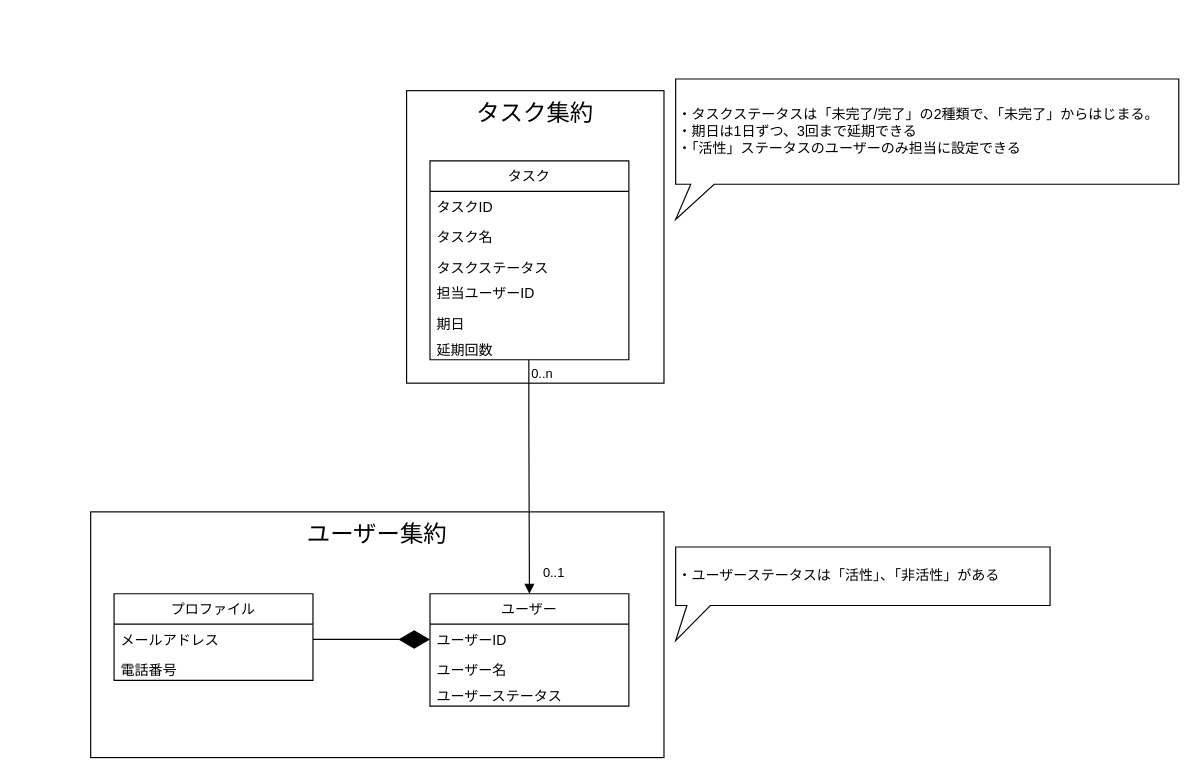
Kento75/laravel-ddd keeps this draw.io diagram as drawio/タスク_ドメインモデル.drawio. Above is the earlier version. Source tidied: cells renumbered, new cells numbered last; positions are measured from the earlier drawing's top-left corner, leaving out a move shared by most shapes. Both pictures are drawn from the tidied source at 117%, with x=0, y=0 at pixel (90, 78).
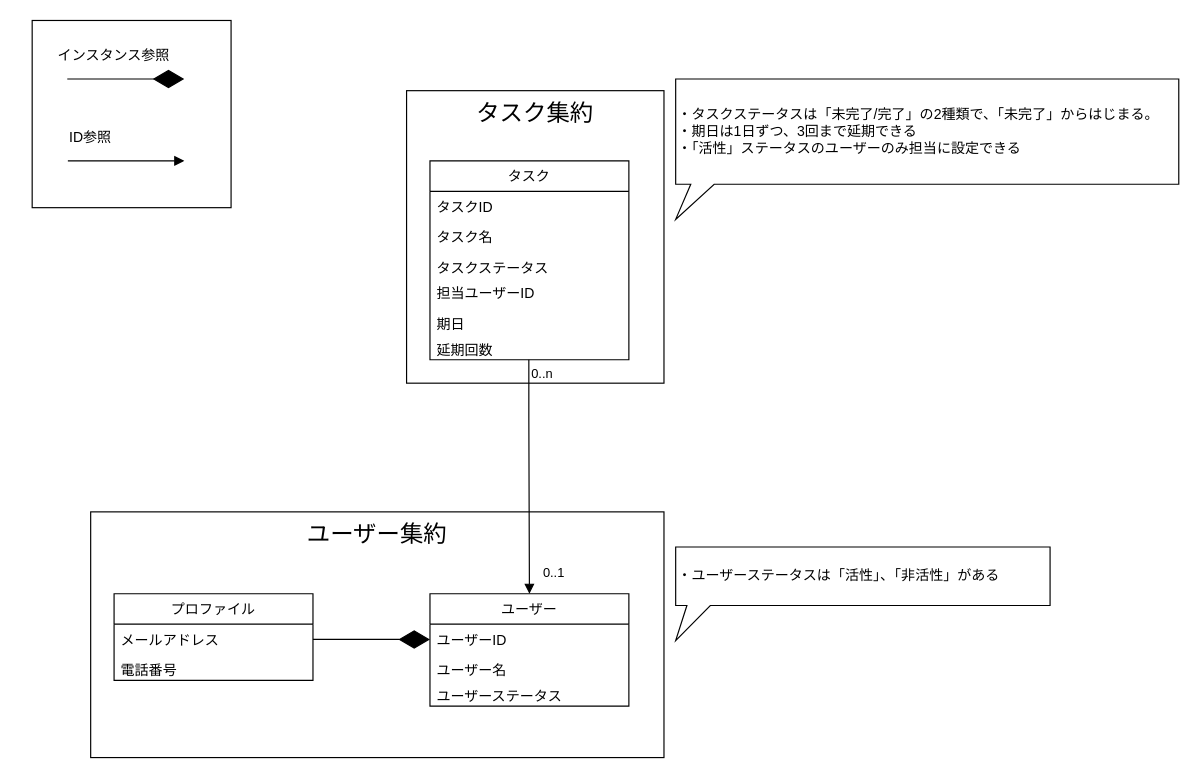
The same page after the edit.

Commit message (it also covers changes not shown here):
ユースケース図、ドメインモデル 説明を追加

Diff of the diagram source:
```diff
@@
+    <mxCell id="24" style="rounded=0;whiteSpace=wrap;html=1;" parent="1" vertex="1">
+      <mxGeometry x="-50" y="-50" width="170" height="160" as="geometry" />
+    </mxCell>
@@
+    <mxCell id="25" style="endArrow=diamondThin;endFill=1;endSize=24;html=1;exitX=1;exitY=0.5;exitDx=0;exitDy=0;entryX=0;entryY=0.5;entryDx=0;entryDy=0;" parent="1" edge="1">
+      <mxGeometry relative="1" as="geometry">
+        <mxPoint x="-20" as="sourcePoint" />
+        <mxPoint x="80" as="targetPoint" />
+      </mxGeometry>
+    </mxCell>
+    <mxCell id="26" value="インスタンス参照" style="text;html=1;strokeColor=none;fillColor=none;align=center;verticalAlign=middle;whiteSpace=wrap;rounded=0;" parent="1" vertex="1">
+      <mxGeometry x="-40" y="-30" width="120" height="20" as="geometry" />
+    </mxCell>
+    <mxCell id="27" value="ID参照" style="text;html=1;strokeColor=none;fillColor=none;align=center;verticalAlign=middle;whiteSpace=wrap;rounded=0;" parent="1" vertex="1">
+      <mxGeometry x="-60" y="40" width="120" height="20" as="geometry" />
+    </mxCell>
+    <mxCell id="28" style="endArrow=block;endFill=1;html=1;edgeStyle=orthogonalEdgeStyle;align=left;verticalAlign=top;rounded=0;" parent="1" edge="1">
+      <mxGeometry x="-1" relative="1" as="geometry">
+        <mxPoint x="70" y="70" as="sourcePoint" />
+        <mxPoint x="80" y="70" as="targetPoint" />
+        <Array as="points">
+          <mxPoint x="-19.5" y="70" />
+          <mxPoint x="-19.5" y="70" />
+        </Array>
+      </mxGeometry>
+    </mxCell>
```
